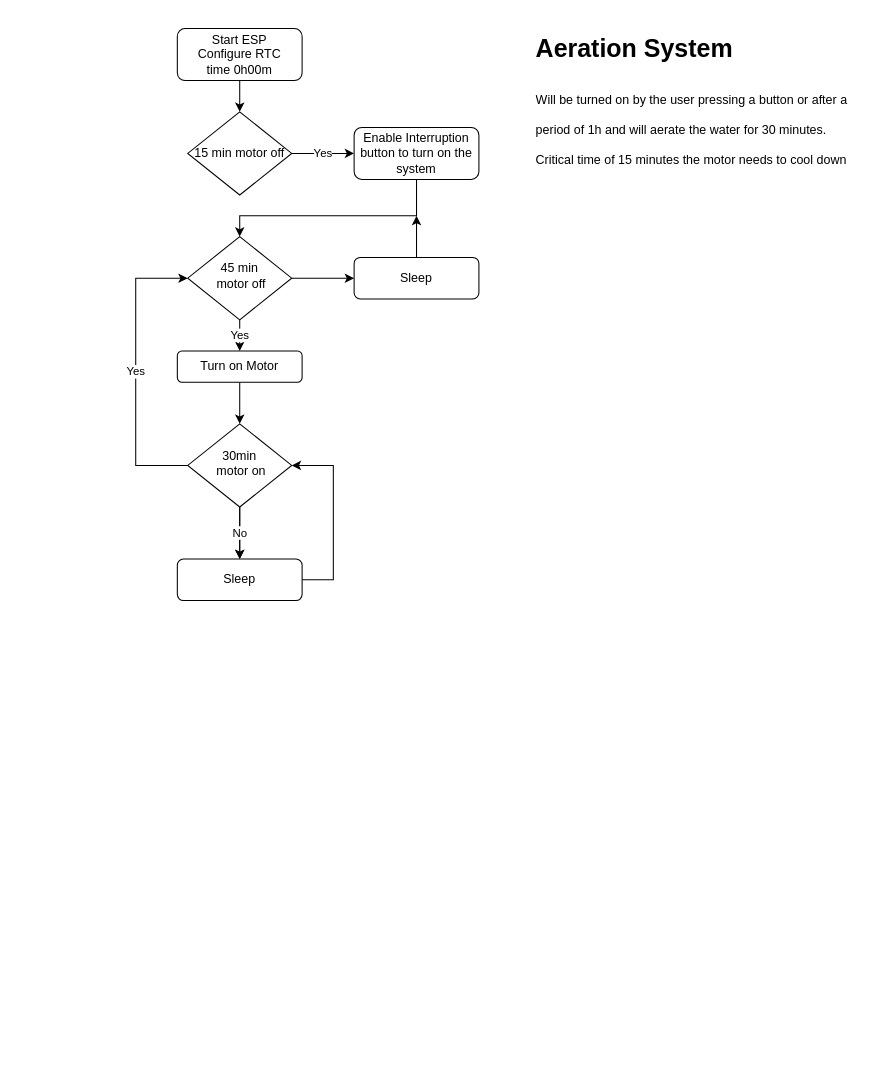
juliocsouzas91/Embedded_System keeps this draw.io diagram as Diagrama sem nome.drawio. Above is the earlier version. Source tidied: cells renumbered, new cells numbered last; positions are measured from the earlier drawing's top-left corner, leaving out a move shared by most shapes. Both pictures are drawn from the tidied source at 104%, with x=0, y=0 at pixel (135, 28).
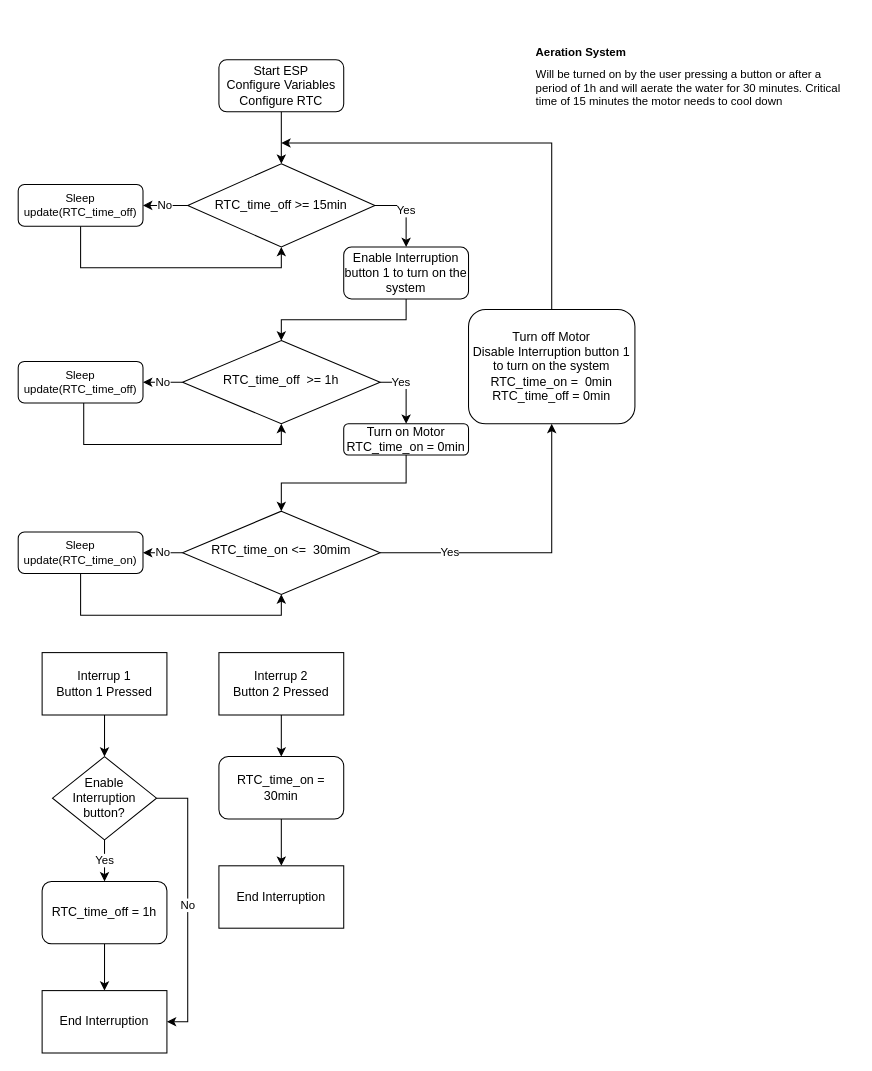
After the change.

Change to the diagram source:
```diff
@@
-    <mxCell id="2" style="edgeStyle=orthogonalEdgeStyle;rounded=0;jettySize=auto;html=1;entryX=0.5;entryY=0;entryDx=0;entryDy=0;" parent="1" edge="1" source="3" target="17">
-      <mxGeometry relative="1" as="geometry" />
-    </mxCell>
+    <mxCell id="22" style="edgeStyle=orthogonalEdgeStyle;rounded=0;jettySize=auto;html=1;exitX=0.5;exitY=1;exitDx=0;exitDy=0;entryX=0.5;entryY=0;entryDx=0;entryDy=0;" parent="1" edge="1" source="3">
+      <mxGeometry relative="1" as="geometry">
+        <mxPoint x="140" y="130" as="targetPoint" />
+      </mxGeometry>
+    </mxCell>
-    <mxCell id="3" value="Start ESP&lt;br&gt;Configure RTC&lt;br&gt;time 0h00m" style="rounded=1;whiteSpace=wrap;html=1;fontSize=12;glass=0;strokeWidth=1;shadow=0;" parent="1" vertex="1">
-      <mxGeometry x="40" width="120" height="50" as="geometry" />
+    <mxCell id="3" value="Start ESP&lt;br&gt;Configure Variables&lt;br&gt;Configure RTC" style="rounded=1;whiteSpace=wrap;html=1;fontSize=12;glass=0;strokeWidth=1;shadow=0;" parent="1" vertex="1">
+      <mxGeometry x="80" y="30" width="120" height="50" as="geometry" />
     </mxCell>
-    <mxCell id="4" value="Yes" style="edgeStyle=orthogonalEdgeStyle;rounded=0;jettySize=auto;html=1;exitX=0.5;exitY=1;exitDx=0;exitDy=0;entryX=0.5;entryY=0;entryDx=0;entryDy=0;" parent="1" edge="1" source="6" target="19">
-      <mxGeometry relative="1" as="geometry" />
-    </mxCell>
-    <mxCell id="5" style="edgeStyle=orthogonalEdgeStyle;rounded=0;jettySize=auto;html=1;" parent="1" edge="1" source="6" target="21">
+    <mxCell id="5" value="No" style="edgeStyle=orthogonalEdgeStyle;rounded=0;jettySize=auto;html=1;exitX=0;exitY=0.5;exitDx=0;exitDy=0;entryX=1;entryY=0.5;entryDx=0;entryDy=0;" parent="1" edge="1" source="6" target="21">
       <mxGeometry relative="1" as="geometry" />
     </mxCell>
+    <mxCell id="23" value="Yes" style="edgeStyle=orthogonalEdgeStyle;rounded=0;jettySize=auto;html=1;exitX=1;exitY=0.5;exitDx=0;exitDy=0;entryX=0.5;entryY=0;entryDx=0;entryDy=0;" parent="1" edge="1" source="6" target="19">
+      <mxGeometry x="-0.4" relative="1" as="geometry" />
+    </mxCell>
-    <mxCell id="6" value="45 min&lt;br&gt;&amp;nbsp;motor off" style="rhombus;whiteSpace=wrap;html=1;shadow=0;fontFamily=Helvetica;fontSize=12;align=center;strokeWidth=1;spacing=6;spacingTop=-4;" parent="1" vertex="1">
-      <mxGeometry x="50" y="200" width="100" height="80" as="geometry" />
+    <mxCell id="6" value="RTC_time_off&amp;nbsp; &amp;gt;= 1h" style="rhombus;whiteSpace=wrap;html=1;shadow=0;fontFamily=Helvetica;fontSize=12;align=center;strokeWidth=1;spacing=6;spacingTop=-4;" parent="1" vertex="1">
+      <mxGeometry x="45" y="300" width="190" height="80" as="geometry" />
     </mxCell>
-    <mxCell id="7" style="edgeStyle=orthogonalEdgeStyle;rounded=0;jettySize=auto;html=1;entryX=0.5;entryY=0;entryDx=0;entryDy=0;" parent="1" edge="1" source="8" target="6">
-      <mxGeometry relative="1" as="geometry">
-        <Array as="points">
-          <mxPoint x="270" y="180" />
-          <mxPoint x="100" y="180" />
-        </Array>
-      </mxGeometry>
+    <mxCell id="7" style="edgeStyle=orthogonalEdgeStyle;rounded=0;jettySize=auto;html=1;exitX=0.5;exitY=1;exitDx=0;exitDy=0;entryX=0.5;entryY=0;entryDx=0;entryDy=0;" parent="1" edge="1" source="8" target="6">
+      <mxGeometry relative="1" as="geometry" />
     </mxCell>
-    <mxCell id="8" value="Enable Interruption button to turn on the system" style="rounded=1;whiteSpace=wrap;html=1;fontSize=12;glass=0;strokeWidth=1;shadow=0;" parent="1" vertex="1">
-      <mxGeometry x="210" y="95" width="120" height="50" as="geometry" />
+    <mxCell id="8" value="Enable Interruption button 1 to turn on the system" style="rounded=1;whiteSpace=wrap;html=1;fontSize=12;glass=0;strokeWidth=1;shadow=0;" parent="1" vertex="1">
+      <mxGeometry x="200" y="210" width="120" height="50" as="geometry" />
     </mxCell>
-    <mxCell id="9" style="edgeStyle=orthogonalEdgeStyle;rounded=0;jettySize=auto;html=1;exitX=1;exitY=0.5;exitDx=0;exitDy=0;entryX=1;entryY=0.5;entryDx=0;entryDy=0;" parent="1" edge="1" source="10" target="15">
+    <mxCell id="9" style="edgeStyle=orthogonalEdgeStyle;rounded=0;jettySize=auto;html=1;entryX=0.5;entryY=1;entryDx=0;entryDy=0;" parent="1" edge="1" source="10" target="15">
       <mxGeometry relative="1" as="geometry">
         <Array as="points">
-          <mxPoint x="190" y="530" />
-          <mxPoint x="190" y="420" />
+          <mxPoint x="-53" y="564" />
+          <mxPoint x="140" y="564" />
         </Array>
       </mxGeometry>
     </mxCell>
-    <mxCell id="10" value="Sleep" style="rounded=1;whiteSpace=wrap;html=1;fontSize=12;glass=0;strokeWidth=1;shadow=0;" parent="1" vertex="1">
-      <mxGeometry x="40" y="510" width="120" height="40" as="geometry" />
+    <mxCell id="10" value="Sleep&lt;br style=&quot;font-size: 11px;&quot;&gt;update(RTC_time_on)" style="rounded=1;whiteSpace=wrap;html=1;fontSize=11;glass=0;strokeWidth=1;shadow=0;" parent="1" vertex="1">
+      <mxGeometry x="-113" y="484" width="120" height="40" as="geometry" />
     </mxCell>
-    <mxCell id="11" value="&lt;h1&gt;&lt;span style=&quot;background-color: initial;&quot;&gt;Aeration System&lt;/span&gt;&lt;/h1&gt;&lt;h1&gt;&lt;span style=&quot;background-color: initial; font-size: 12px; font-weight: normal;&quot;&gt;Will be turned on by the user pressing a button or after a period of 1h&amp;nbsp;and will aerate the water for 30 minutes. Critical time of 15 minutes the motor needs to cool down&lt;/span&gt;&lt;br&gt;&lt;/h1&gt;" style="text;html=1;strokeColor=none;fillColor=none;spacing=5;spacingTop=-20;whiteSpace=wrap;overflow=hidden;rounded=0;" parent="1" vertex="1">
-      <mxGeometry x="380" width="310" height="150" as="geometry" />
+    <mxCell id="11" value="&lt;h1 style=&quot;font-size: 11px;&quot;&gt;&lt;span style=&quot;background-color: initial; font-size: 11px;&quot;&gt;&lt;font style=&quot;font-size: 11px;&quot;&gt;Aeration System&lt;/font&gt;&lt;/span&gt;&lt;/h1&gt;&lt;h1 style=&quot;font-size: 11px;&quot;&gt;&lt;span style=&quot;background-color: initial; font-weight: normal; font-size: 11px;&quot;&gt;Will be turned on by the user pressing a button or after a period of 1h&amp;nbsp;and will aerate the water for 30 minutes. Critical time of 15 minutes the motor needs to cool down&lt;/span&gt;&lt;br style=&quot;font-size: 11px;&quot;&gt;&lt;/h1&gt;" style="text;html=1;strokeColor=none;fillColor=none;spacing=5;spacingTop=-20;whiteSpace=wrap;overflow=hidden;rounded=0;fontSize=11;" parent="1" vertex="1">
+      <mxGeometry x="380" y="20" width="310" height="150" as="geometry" />
     </mxCell>
-    <mxCell id="12" value="Yes" style="edgeStyle=orthogonalEdgeStyle;rounded=0;jettySize=auto;html=1;exitX=0;exitY=0.5;exitDx=0;exitDy=0;entryX=0;entryY=0.5;entryDx=0;entryDy=0;" parent="1" edge="1" source="15" target="6">
-      <mxGeometry relative="1" as="geometry">
-        <Array as="points">
-          <mxPoint y="420" />
-          <mxPoint y="240" />
-        </Array>
-      </mxGeometry>
-    </mxCell>
-    <mxCell id="13" style="edgeStyle=orthogonalEdgeStyle;rounded=0;jettySize=auto;html=1;entryX=0.5;entryY=0;entryDx=0;entryDy=0;" parent="1" edge="1" source="15" target="10">
-      <mxGeometry relative="1" as="geometry" />
-    </mxCell>
-    <mxCell id="14" value="No" style="edgeStyle=orthogonalEdgeStyle;rounded=0;jettySize=auto;html=1;" parent="1" edge="1" source="15" target="10">
-      <mxGeometry relative="1" as="geometry" />
-    </mxCell>
+    <mxCell id="24" style="edgeStyle=orthogonalEdgeStyle;rounded=0;jettySize=auto;html=1;entryX=0.5;entryY=1;entryDx=0;entryDy=0;" parent="1" edge="1" source="15" target="29">
+      <mxGeometry relative="1" as="geometry" />
+    </mxCell>
+    <mxCell id="25" value="Yes" style="edgeLabel;html=1;align=center;verticalAlign=middle;" parent="24" vertex="1">
+      <mxGeometry x="-0.54" y="1" relative="1" as="geometry" />
+    </mxCell>
+    <mxCell id="26" value="No" style="edgeStyle=orthogonalEdgeStyle;rounded=0;jettySize=auto;html=1;exitX=0;exitY=0.5;exitDx=0;exitDy=0;entryX=1;entryY=0.5;entryDx=0;entryDy=0;" parent="1" edge="1" source="15" target="10">
+      <mxGeometry relative="1" as="geometry" />
+    </mxCell>
-    <mxCell id="15" value="30min&lt;br&gt;&amp;nbsp;motor on" style="rhombus;whiteSpace=wrap;html=1;shadow=0;fontFamily=Helvetica;fontSize=12;align=center;strokeWidth=1;spacing=6;spacingTop=-4;" parent="1" vertex="1">
-      <mxGeometry x="50" y="380" width="100" height="80" as="geometry" />
+    <mxCell id="15" value="RTC_time_on &amp;lt;=&amp;nbsp;&amp;nbsp;30mim" style="rhombus;whiteSpace=wrap;html=1;shadow=0;fontFamily=Helvetica;fontSize=12;align=center;strokeWidth=1;spacing=6;spacingTop=-4;" parent="1" vertex="1">
+      <mxGeometry x="45" y="464" width="190" height="80" as="geometry" />
     </mxCell>
-    <mxCell id="16" value="Yes" style="edgeStyle=orthogonalEdgeStyle;rounded=0;jettySize=auto;html=1;exitX=1;exitY=0.5;exitDx=0;exitDy=0;" parent="1" edge="1" source="17" target="8">
-      <mxGeometry relative="1" as="geometry" />
-    </mxCell>
-    <mxCell id="17" value="15 min motor off" style="rhombus;whiteSpace=wrap;html=1;" parent="1" vertex="1">
-      <mxGeometry x="50" y="80" width="100" height="80" as="geometry" />
-    </mxCell>
@@
-    <mxCell id="19" value="Turn on Motor" style="rounded=1;whiteSpace=wrap;html=1;fontSize=12;glass=0;strokeWidth=1;shadow=0;" parent="1" vertex="1">
-      <mxGeometry x="40" y="310" width="120" height="30" as="geometry" />
+    <mxCell id="19" value="Turn on Motor&lt;br&gt;RTC_time_on = 0min" style="rounded=1;whiteSpace=wrap;html=1;fontSize=12;glass=0;strokeWidth=1;shadow=0;" parent="1" vertex="1">
+      <mxGeometry x="200" y="380" width="120" height="30" as="geometry" />
     </mxCell>
-    <mxCell id="20" style="edgeStyle=orthogonalEdgeStyle;rounded=0;jettySize=auto;html=1;" parent="1" edge="1" source="21">
-      <mxGeometry relative="1" as="geometry">
-        <mxPoint x="270" y="180" as="targetPoint" />
-      </mxGeometry>
-    </mxCell>
+    <mxCell id="27" style="edgeStyle=orthogonalEdgeStyle;rounded=0;jettySize=auto;html=1;entryX=0.5;entryY=1;entryDx=0;entryDy=0;" parent="1" edge="1" source="21" target="6">
+      <mxGeometry relative="1" as="geometry">
+        <Array as="points">
+          <mxPoint x="-50" y="400" />
+          <mxPoint x="140" y="400" />
+        </Array>
+      </mxGeometry>
+    </mxCell>
-    <mxCell id="21" value="Sleep" style="rounded=1;whiteSpace=wrap;html=1;fontSize=12;glass=0;strokeWidth=1;shadow=0;" parent="1" vertex="1">
-      <mxGeometry x="210" y="220" width="120" height="40" as="geometry" />
+    <mxCell id="21" value="Sleep&lt;br style=&quot;font-size: 11px;&quot;&gt;update(RTC_time_off)" style="rounded=1;whiteSpace=wrap;html=1;fontSize=11;glass=0;strokeWidth=1;shadow=0;" parent="1" vertex="1">
+      <mxGeometry x="-113" y="320" width="120" height="40" as="geometry" />
     </mxCell>
+    <mxCell id="28" style="edgeStyle=orthogonalEdgeStyle;rounded=0;jettySize=auto;html=1;exitX=0.5;exitY=0;exitDx=0;exitDy=0;" parent="1" edge="1" source="29">
+      <mxGeometry relative="1" as="geometry">
+        <mxPoint x="140" y="110" as="targetPoint" />
+        <Array as="points">
+          <mxPoint x="400" y="110" />
+        </Array>
+      </mxGeometry>
+    </mxCell>
+    <mxCell id="29" value="Turn off Motor&lt;br&gt;Disable Interruption button 1 to turn on the system&lt;br&gt;RTC_time_on =&amp;nbsp; 0min&lt;br&gt;RTC_time_off = 0min" style="rounded=1;whiteSpace=wrap;html=1;fontSize=12;glass=0;strokeWidth=1;shadow=0;" parent="1" vertex="1">
+      <mxGeometry x="320" y="270" width="160" height="110" as="geometry" />
+    </mxCell>
+    <mxCell id="30" style="edgeStyle=orthogonalEdgeStyle;rounded=0;jettySize=auto;html=1;entryX=0.5;entryY=1;entryDx=0;entryDy=0;" parent="1" edge="1" source="31">
+      <mxGeometry relative="1" as="geometry">
+        <mxPoint x="140" y="210" as="targetPoint" />
+        <Array as="points">
+          <mxPoint x="-53" y="230" />
+          <mxPoint x="140" y="230" />
+        </Array>
+      </mxGeometry>
+    </mxCell>
+    <mxCell id="31" value="Sleep&lt;br style=&quot;font-size: 11px;&quot;&gt;update(RTC_time_off)" style="rounded=1;whiteSpace=wrap;html=1;fontSize=11;glass=0;strokeWidth=1;shadow=0;" parent="1" vertex="1">
+      <mxGeometry x="-113" y="150" width="120" height="40" as="geometry" />
+    </mxCell>
+    <mxCell id="32" style="edgeStyle=orthogonalEdgeStyle;rounded=0;jettySize=auto;html=1;exitX=0.5;exitY=1;exitDx=0;exitDy=0;entryX=0.5;entryY=0;entryDx=0;entryDy=0;" parent="1" edge="1" source="33" target="37">
+      <mxGeometry relative="1" as="geometry" />
+    </mxCell>
+    <mxCell id="33" value="Interrup 1&lt;br&gt;Button 1 Pressed" style="rounded=0;whiteSpace=wrap;html=1;" parent="1" vertex="1">
+      <mxGeometry x="-90" y="600" width="120" height="60" as="geometry" />
+    </mxCell>
+    <mxCell id="34" style="edgeStyle=orthogonalEdgeStyle;rounded=0;jettySize=auto;html=1;entryX=0.5;entryY=0;entryDx=0;entryDy=0;" parent="1" edge="1" source="35" target="38">
+      <mxGeometry relative="1" as="geometry" />
+    </mxCell>
+    <mxCell id="35" value="RTC_time_off = 1h" style="rounded=1;whiteSpace=wrap;html=1;" parent="1" vertex="1">
+      <mxGeometry x="-90" y="820" width="120" height="60" as="geometry" />
+    </mxCell>
+    <mxCell id="4" value="Yes" style="edgeStyle=orthogonalEdgeStyle;rounded=0;jettySize=auto;html=1;exitX=0.5;exitY=1;exitDx=0;exitDy=0;entryX=0.5;entryY=0;entryDx=0;entryDy=0;" parent="1" edge="1" source="37" target="35">
+      <mxGeometry relative="1" as="geometry" />
+    </mxCell>
+    <mxCell id="36" value="No" style="edgeStyle=orthogonalEdgeStyle;rounded=0;jettySize=auto;html=1;exitX=1;exitY=0.5;exitDx=0;exitDy=0;entryX=1;entryY=0.5;entryDx=0;entryDy=0;" parent="1" edge="1" source="37" target="38">
+      <mxGeometry relative="1" as="geometry" />
+    </mxCell>
+    <mxCell id="37" value="Enable Interruption button?" style="rhombus;whiteSpace=wrap;html=1;" parent="1" vertex="1">
+      <mxGeometry x="-80" y="700" width="100" height="80" as="geometry" />
+    </mxCell>
+    <mxCell id="38" value="End Interruption" style="rounded=0;whiteSpace=wrap;html=1;" parent="1" vertex="1">
+      <mxGeometry x="-90" y="925" width="120" height="60" as="geometry" />
+    </mxCell>
+    <mxCell id="39" style="edgeStyle=orthogonalEdgeStyle;rounded=0;jettySize=auto;html=1;exitX=0.5;exitY=1;exitDx=0;exitDy=0;entryX=0.5;entryY=0;entryDx=0;entryDy=0;" parent="1" edge="1" source="40" target="42">
+      <mxGeometry relative="1" as="geometry" />
+    </mxCell>
+    <mxCell id="40" value="Interrup 2&lt;br&gt;Button 2 Pressed" style="rounded=0;whiteSpace=wrap;html=1;" parent="1" vertex="1">
+      <mxGeometry x="80" y="600" width="120" height="60" as="geometry" />
+    </mxCell>
+    <mxCell id="41" style="edgeStyle=orthogonalEdgeStyle;rounded=0;jettySize=auto;html=1;entryX=0.5;entryY=0;entryDx=0;entryDy=0;" parent="1" edge="1" source="42" target="43">
+      <mxGeometry relative="1" as="geometry" />
+    </mxCell>
+    <mxCell id="42" value="RTC_time_on = 30min" style="rounded=1;whiteSpace=wrap;html=1;" parent="1" vertex="1">
+      <mxGeometry x="80" y="700" width="120" height="60" as="geometry" />
+    </mxCell>
+    <mxCell id="43" value="End Interruption" style="rounded=0;whiteSpace=wrap;html=1;" parent="1" vertex="1">
+      <mxGeometry x="80" y="805" width="120" height="60" as="geometry" />
+    </mxCell>
+    <mxCell id="44" value="No" style="edgeStyle=orthogonalEdgeStyle;rounded=0;jettySize=auto;html=1;exitX=0;exitY=0.5;exitDx=0;exitDy=0;entryX=1;entryY=0.5;entryDx=0;entryDy=0;" parent="1" edge="1" source="46" target="31">
+      <mxGeometry relative="1" as="geometry" />
+    </mxCell>
+    <mxCell id="45" value="Yes" style="edgeStyle=orthogonalEdgeStyle;rounded=0;jettySize=auto;html=1;exitX=1;exitY=0.5;exitDx=0;exitDy=0;entryX=0.5;entryY=0;entryDx=0;entryDy=0;" parent="1" edge="1" source="46" target="8">
+      <mxGeometry relative="1" as="geometry" />
+    </mxCell>
+    <mxCell id="46" value="RTC_time_off &amp;gt;= 15min" style="rhombus;whiteSpace=wrap;html=1;" parent="1" vertex="1">
+      <mxGeometry x="50" y="130" width="180" height="80" as="geometry" />
+    </mxCell>
```
